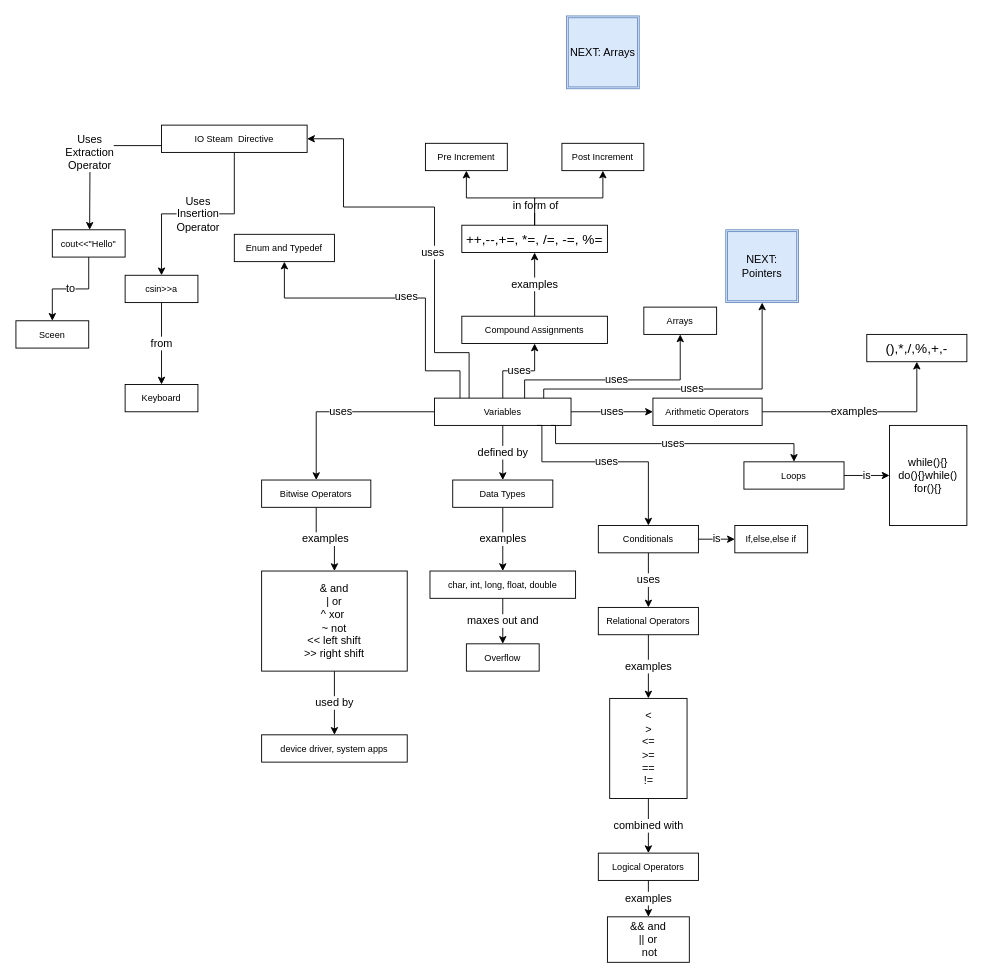
Earlier version of the draw.io diagram page "MindMap C++ (1)" (2 of 4) of revision/Mindmapcpp.drawio (BSCdfdff/LearnCppProgramming). Source tidied: cells renumbered, new cells numbered last; positions are measured from the earlier drawing's top-left corner, leaving out a move shared by most shapes. Both pictures are drawn from the tidied source at 91%, with x=0, y=0 at pixel (15, 15).
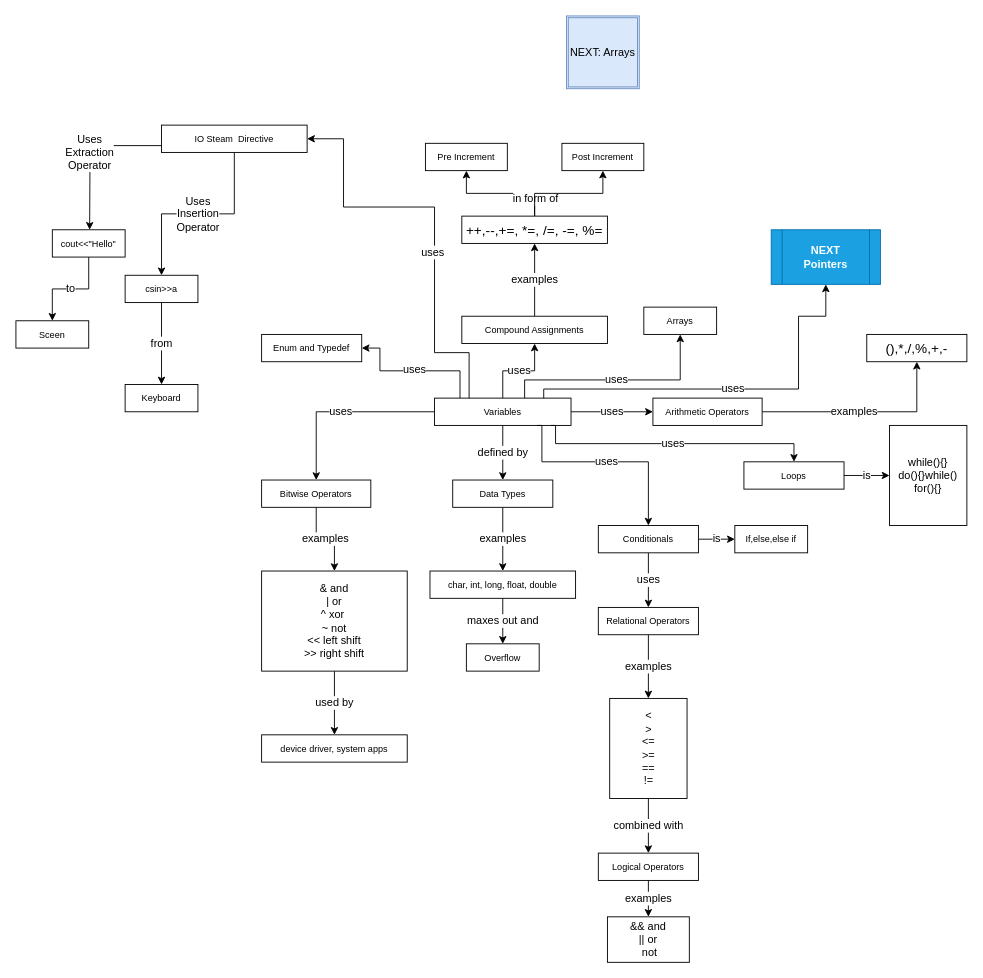
The same page after the edit.

Unchanged cells that the change refers to:
```xml
<mxCell id="29" value="&lt;span style=&quot;font-size: 10px&quot;&gt;Variables&lt;/span&gt;" style="rounded=0;whiteSpace=wrap;html=1;" parent="1" vertex="1">
  <mxGeometry x="460" y="420" width="150" height="30" as="geometry" />
</mxCell>
```

What changed in the source:
```diff
@@
     <mxCell id="24" value="&lt;font style=&quot;font-size: 15px&quot;&gt;++,--,+=, *=, /=, -=, %=&lt;/font&gt;" style="rounded=0;whiteSpace=wrap;html=1;" parent="1" vertex="1">
-      <mxGeometry x="490" y="230" width="160" height="30" as="geometry" />
+      <mxGeometry x="490" y="220" width="160" height="30" as="geometry" />
     </mxCell>
@@
     <mxCell id="37" value="&lt;span style=&quot;font-size: 10px&quot;&gt;Enum and Typedef&lt;/span&gt;" style="rounded=0;whiteSpace=wrap;html=1;" parent="1" vertex="1">
-      <mxGeometry x="240" y="240" width="110" height="30" as="geometry" />
+      <mxGeometry x="270" y="350" width="110" height="30" as="geometry" />
     </mxCell>
-    <mxCell id="38" style="edgeStyle=orthogonalEdgeStyle;rounded=0;jettySize=auto;html=1;fontSize=12;entryX=0.5;entryY=1;entryDx=0;entryDy=0;" parent="1" edge="1" source="29" target="37">
+    <mxCell id="38" style="edgeStyle=orthogonalEdgeStyle;rounded=0;jettySize=auto;html=1;fontSize=12;entryX=1;entryY=0.5;entryDx=0;entryDy=0;" parent="1" edge="1" source="29" target="37">
       <mxGeometry relative="1" as="geometry">
         <Array as="points">
           <mxPoint x="488" y="390" />
-          <mxPoint x="450" y="390" />
-          <mxPoint x="450" y="310" />
-          <mxPoint x="295" y="310" />
+          <mxPoint x="400" y="390" />
+          <mxPoint x="400" y="365" />
         </Array>
       </mxGeometry>
     </mxCell>
@@
-    <mxCell id="59" value="NEXT: Pointers" style="shape=ext;double=1;whiteSpace=wrap;html=1;fillColor=#dae8fc;strokeColor=#6c8ebf;" parent="1" vertex="1">
-      <mxGeometry x="780" y="235" width="80" height="80" as="geometry" />
-    </mxCell>
@@
-    <mxCell id="62" value="uses" style="edgeStyle=orthogonalEdgeStyle;rounded=0;jettySize=auto;html=1;fontSize=12;entryX=0.5;entryY=1;entryDx=0;entryDy=0;" parent="1" edge="1" source="29" target="59">
+    <mxCell id="62" value="uses" style="edgeStyle=orthogonalEdgeStyle;rounded=0;jettySize=auto;html=1;fontSize=12;entryX=0.5;entryY=1;entryDx=0;entryDy=0;" parent="1" edge="1" source="29" target="63">
       <mxGeometry relative="1" as="geometry">
         <Array as="points">
           <mxPoint x="580" y="410" />
-          <mxPoint x="820" y="410" />
+          <mxPoint x="860" y="410" />
+          <mxPoint x="860" y="330" />
+          <mxPoint x="890" y="330" />
         </Array>
       </mxGeometry>
     </mxCell>
+    <mxCell id="63" value="&lt;font face=&quot;Montserrat&quot;&gt;NEXT&lt;br&gt;Pointers&lt;/font&gt;" style="shape=process;whiteSpace=wrap;html=1;backgroundOutline=1;rounded=0;shadow=0;fillColor=#1ba1e2;strokeColor=#006EAF;fontColor=#ffffff;fontStyle=1;" parent="1" vertex="1">
+      <mxGeometry x="830" y="235" width="120" height="60" as="geometry" />
+    </mxCell>
```
